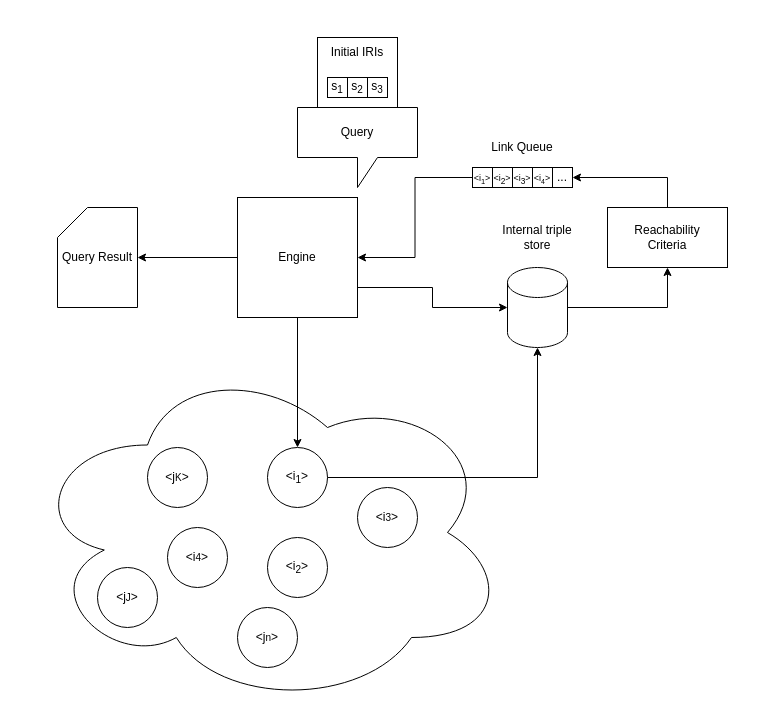
Above: pictures/ltqp.drawio in constraintAutomaton/AMW-shape-index-presentation (draw.io), before the change. Source tidied: cells renumbered, new cells numbered last; positions are measured from the earlier drawing's top-left corner, leaving out a move shared by most shapes. Both pictures are drawn from the tidied source at 100%, with x=0, y=0 at pixel (27, 37).
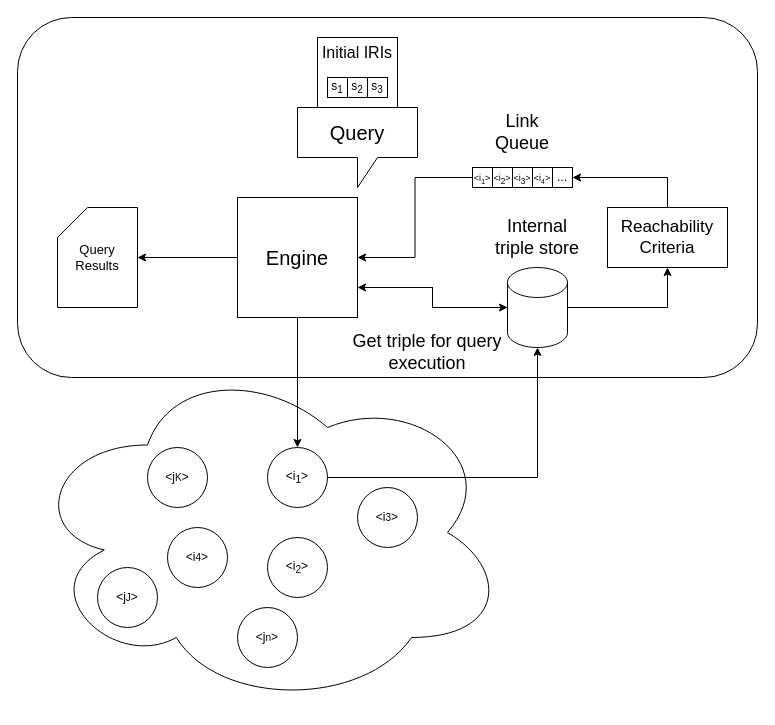
The same page after the edit.

Commit message (it also covers changes not shown here):
figure shape index added and ltqp

Unchanged cells that the change refers to:
```xml
<mxCell id="23" style="shape=cylinder3;whiteSpace=wrap;html=1;boundedLbl=1;backgroundOutline=1;size=15;" parent="1" vertex="1">
  <mxGeometry x="480" y="230" width="60" height="80" as="geometry" />
</mxCell>
```

Change to the diagram source:
```diff
@@
+    <mxCell id="34" style="rounded=1;whiteSpace=wrap;html=1;" parent="1" vertex="1">
+      <mxGeometry x="-10" y="-20" width="740" height="360" as="geometry" />
+    </mxCell>
@@
-    <mxCell id="5" value="Engine" style="whiteSpace=wrap;html=1;" parent="1" vertex="1">
+    <mxCell id="5" value="&lt;font style=&quot;font-size: 20px;&quot;&gt;Engine&lt;/font&gt;" style="whiteSpace=wrap;html=1;" parent="1" vertex="1">
       <mxGeometry x="210" y="160" width="120" height="120" as="geometry" />
     </mxCell>
@@
-    <mxCell id="18" value="Query" style="shape=callout;whiteSpace=wrap;html=1;perimeter=calloutPerimeter;" parent="1" vertex="1">
+    <mxCell id="18" value="&lt;font style=&quot;font-size: 20px;&quot;&gt;Query&lt;/font&gt;" style="shape=callout;whiteSpace=wrap;html=1;perimeter=calloutPerimeter;" parent="1" vertex="1">
       <mxGeometry x="270" y="70" width="120" height="80" as="geometry" />
     </mxCell>
@@
-    <mxCell id="21" value="Link Queue" style="text;html=1;align=center;verticalAlign=middle;whiteSpace=wrap;rounded=0;" parent="1" vertex="1">
-      <mxGeometry x="450" y="95" width="90" height="30" as="geometry" />
+    <mxCell id="21" value="&lt;font style=&quot;font-size: 18px;&quot;&gt;Link Queue&lt;/font&gt;" style="text;html=1;align=center;verticalAlign=middle;whiteSpace=wrap;rounded=0;" parent="1" vertex="1">
+      <mxGeometry x="450" y="80" width="90" height="30" as="geometry" />
     </mxCell>
@@
+    <mxCell id="35" style="edgeStyle=orthogonalEdgeStyle;rounded=0;jettySize=auto;html=1;entryX=1;entryY=0.75;entryDx=0;entryDy=0;" parent="1" edge="1" source="23" target="5">
+      <mxGeometry relative="1" as="geometry" />
+    </mxCell>
@@
-    <mxCell id="24" value="Internal triple store" style="text;html=1;align=center;verticalAlign=middle;whiteSpace=wrap;rounded=0;" parent="1" vertex="1">
+    <mxCell id="24" value="&lt;font style=&quot;font-size: 18px;&quot;&gt;Internal triple store&lt;/font&gt;" style="text;html=1;align=center;verticalAlign=middle;whiteSpace=wrap;rounded=0;" parent="1" vertex="1">
       <mxGeometry x="465" y="185" width="90" height="30" as="geometry" />
     </mxCell>
@@
-    <mxCell id="26" value="Initial IRIs" style="text;html=1;align=center;verticalAlign=middle;whiteSpace=wrap;rounded=0;" parent="1" vertex="1">
+    <mxCell id="26" value="&lt;font style=&quot;font-size: 16px;&quot;&gt;Initial IRIs&lt;/font&gt;" style="text;html=1;align=center;verticalAlign=middle;whiteSpace=wrap;rounded=0;" parent="1" vertex="1">
       <mxGeometry x="285" width="90" height="30" as="geometry" />
     </mxCell>
@@
-    <mxCell id="31" value="Reachability&lt;br&gt;Criteria" style="rounded=0;whiteSpace=wrap;html=1;" parent="1" vertex="1">
+    <mxCell id="31" value="&lt;font style=&quot;font-size: 17px;&quot;&gt;Reachability&lt;br&gt;Criteria&lt;/font&gt;" style="rounded=0;whiteSpace=wrap;html=1;" parent="1" vertex="1">
       <mxGeometry x="580" y="170" width="120" height="60" as="geometry" />
     </mxCell>
-    <mxCell id="32" value="Query Result" style="shape=card;whiteSpace=wrap;html=1;" parent="1" vertex="1">
+    <mxCell id="32" value="&lt;font style=&quot;font-size: 13px;&quot;&gt;Query Results&lt;/font&gt;" style="shape=card;whiteSpace=wrap;html=1;" parent="1" vertex="1">
       <mxGeometry x="30" y="170" width="80" height="100" as="geometry" />
     </mxCell>
@@
+    <mxCell id="36" value="&lt;font style=&quot;font-size: 18px;&quot;&gt;Get triple for query execution&lt;/font&gt;" style="text;html=1;align=center;verticalAlign=middle;whiteSpace=wrap;rounded=0;" parent="1" vertex="1">
+      <mxGeometry x="320" y="300" width="160" height="30" as="geometry" />
+    </mxCell>
```
